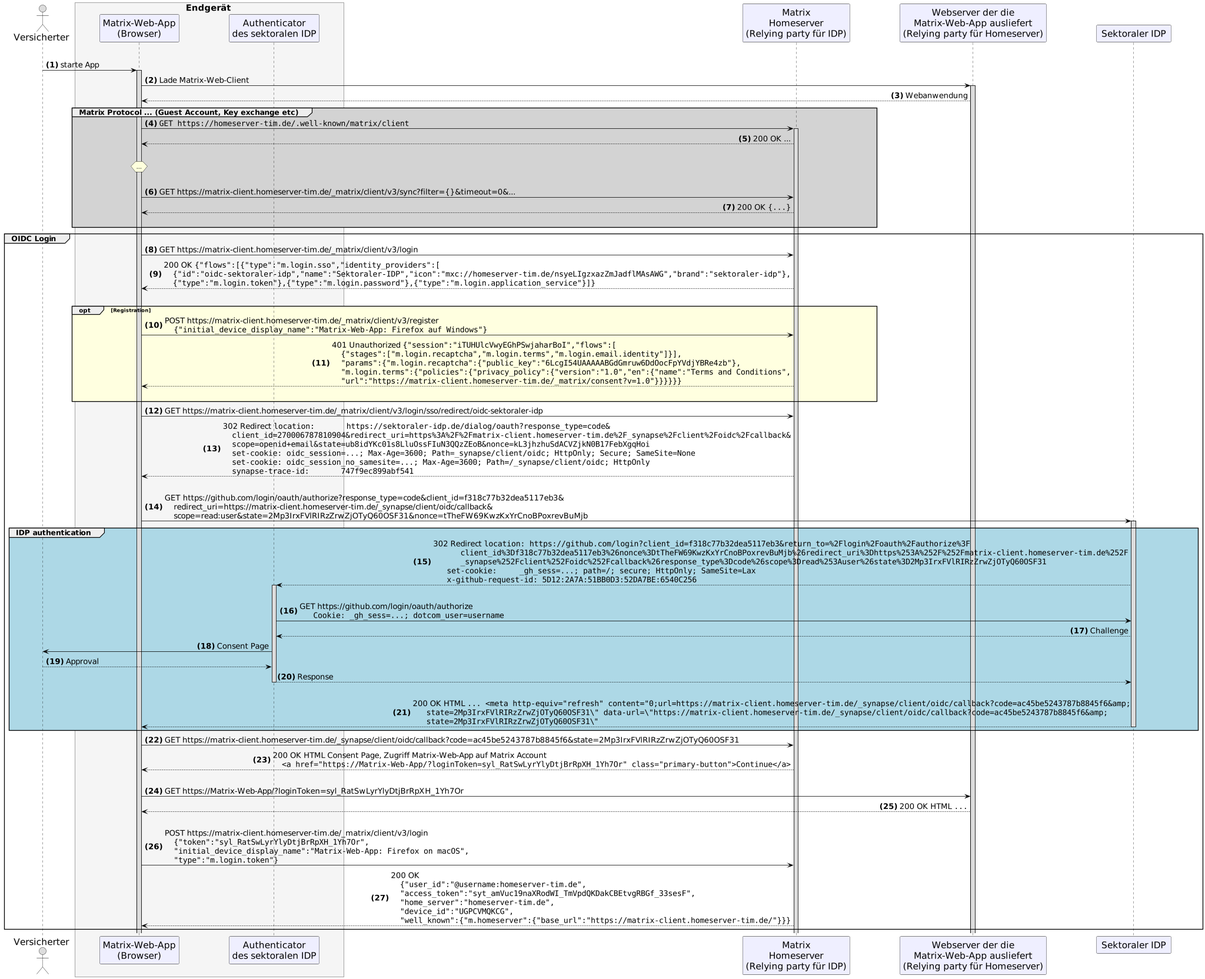
Before: images/diagrams/TI-Messenger-Dienst/Ressourcen/Matrix OIDC Login.png, a diagram exported from PlantUML (gematik/api-ti-messenger).
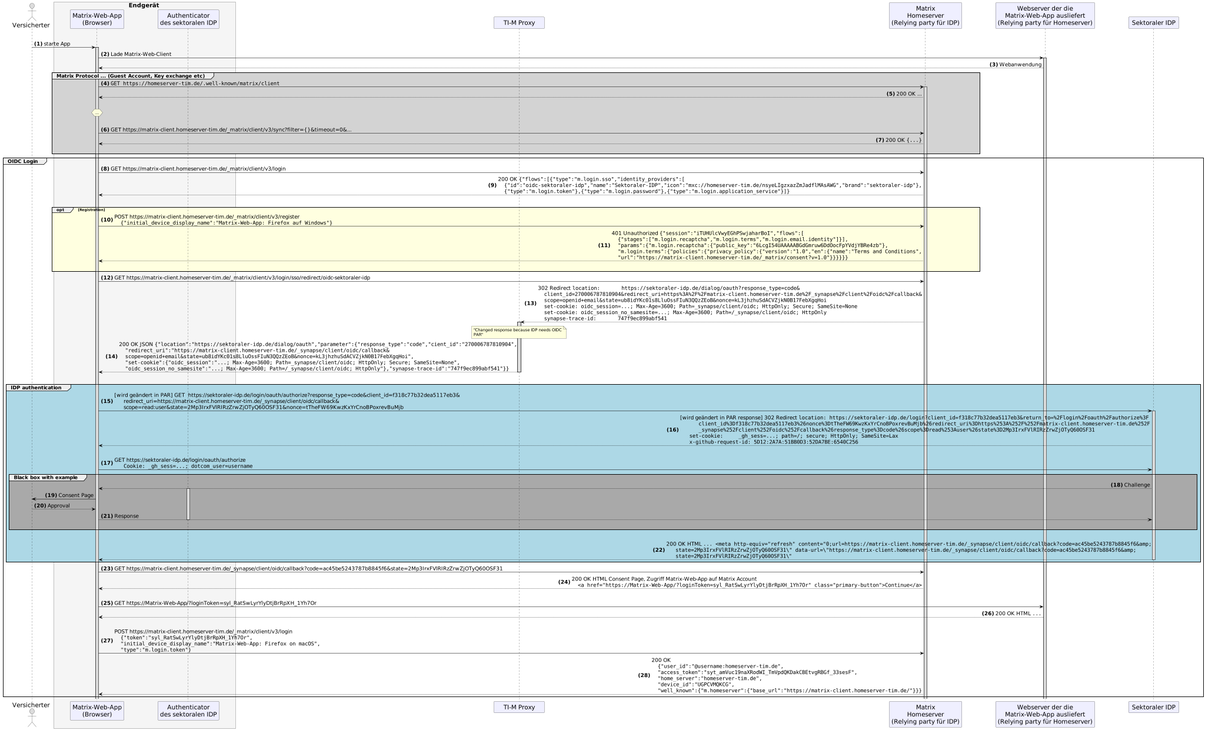
After the commit.

Commit message:
Commit from GitHub Actions (GeneratePlantumlImages)

The edit, as a diff of the source:
```diff
@@ -33,6 +33,7 @@
   participant app as "Matrix-Web-App\n(Browser)"
   participant au as "Authenticator\ndes sektoralen IDP"
   end box
+participant pr as "TI-M Proxy"
 participant hs as "Matrix\nHomeserver\n(Relying party für IDP)"
 participant mc as "Webserver der die\nMatrix-Web-App ausliefert\n(Relying party für Homeserver)"
 participant idp as "Sektoraler IDP"
@@ -66,21 +67,28 @@
     |||
     end 'opt
     app -> hs: GET https://matrix-client.homeserver-tim.de/_matrix/client/v3/login/sso/redirect/oidc-sektoraler-idp
-    hs --> app: 302 Redirect ""location:	https://sektoraler-idp.de/dialog/oauth?response_type=code&""\n    ""client_id=270006787810904&redirect_uri=https%3A%2F%2Fmatrix-client.homeserver-tim.de%2F_synapse%2Fclient%2Foidc%2Fcallback&""\n    ""scope=openid+email&state=ub8idYKc01s8LluOssFIuN3QQzZEoB&nonce=kL3jhzhuSdACVZjkN0B17FebXgqHoi""\n    ""set-cookie: oidc_session=...; Max-Age=3600; Path=_synapse/client/oidc; HttpOnly; Secure; SameSite=None""\n    ""set-cookie: oidc_session_no_samesite=...; Max-Age=3600; Path=/_synapse/client/oidc; HttpOnly""\n    ""synapse-trace-id:	747f9ec899abf541""
+    hs --> pr: 302 Redirect ""location:	https://sektoraler-idp.de/dialog/oauth?response_type=code&""\n    ""client_id=270006787810904&redirect_uri=https%3A%2F%2Fmatrix-client.homeserver-tim.de%2F_synapse%2Fclient%2Foidc%2Fcallback&""\n    ""scope=openid+email&state=ub8idYKc01s8LluOssFIuN3QQzZEoB&nonce=kL3jhzhuSdACVZjkN0B17FebXgqHoi""\n    ""set-cookie: oidc_session=...; Max-Age=3600; Path=_synapse/client/oidc; HttpOnly; Secure; SameSite=None""\n    ""set-cookie: oidc_session_no_samesite=...; Max-Age=3600; Path=/_synapse/client/oidc; HttpOnly""\n    ""synapse-trace-id:	747f9ec899abf541""
+    activate pr
+    note over pr: "Changed response because IDP needs OIDC PAR"
+    pr --> app: 200 OK JSON ""{"location":"https://sektoraler-idp.de/dialog/oauth","parameter":{"response_type":"code","cient_id":"270006787810904",""\n    """redirect_uri":"https://matrix-client.homeserver-tim.de/_synapse/client/oidc/callback&""\n    ""scope=openid+email&state=ub8idYKc01s8LluOssFIuN3QQzZEoB&nonce=kL3jhzhuSdACVZjkN0B17FebXgqHoi",""\n    """set-cookie":{"oidc_session":"...; Max-Age=3600; Path=_synapse/client/oidc; HttpOnly; Secure; SameSite=None",""\n    """oidc_session_no_samesite":"...; Max-Age=3600; Path=/_synapse/client/oidc; HttpOnly"},"synapse-trace-id":"747f9ec899abf541"}}""
+    deactivate pr
     |||
-    app -> idp: GET	https://github.com/login/oauth/authorize?response_type=code&client_id=f318c77b32dea5117eb3&\n    redirect_uri=https://matrix-client.homeserver-tim.de/_synapse/client/oidc/callback&\n    scope=read:user&state=2Mp3IrxFVlRIRzZrwZjOTyQ60OSF31&nonce=tTheFW69KwzKxYrCnoBPoxrevBuMjb
-    activate idp
     group #LightBlue <size:16>IDP authentication</size>
-      idp --> au: 302 Redirect ""location: https://github.com/login?client_id=f318c77b32dea5117eb3&return_to=%2Flogin%2Foauth%2Fauthorize%3F""\n	    ""client_id%3Df318c77b32dea5117eb3%26nonce%3DtTheFW69KwzKxYrCnoBPoxrevBuMjb%26redirect_uri%3Dhttps%253A%252F%252Fmatrix-client.homeserver-tim.de%252F""\n	    ""_synapse%252Fclient%252Foidc%252Fcallback%26response_type%3Dcode%26scope%3Dread%253Auser%26state%3D2Mp3IrxFVlRIRzZrwZjOTyQ60OSF31""\n      ""set-cookie:	_gh_sess=...; path=/; secure; HttpOnly; SameSite=Lax""\n      ""x-github-request-id: 5D12:2A7A:51BB0D3:52DA7BE:6540C256""
-      activate au
+      app -> idp: [wird geändert in PAR] GET	https://sektoraler-idp.de/login/oauth/authorize?response_type=code&client_id=f318c77b32dea5117eb3&\n      redirect_uri=https://matrix-client.homeserver-tim.de/_synapse/client/oidc/callback&\n      scope=read:user&state=2Mp3IrxFVlRIRzZrwZjOTyQ60OSF31&nonce=tTheFW69KwzKxYrCnoBPoxrevBuMjb
+      activate idp
+      idp --> app: [wird geändert in PAR response] 302 Redirect ""location: https://sektoraler-idp.de/login?client_id=f318c77b32dea5117eb3&return_to=%2Flogin%2Foauth%2Fauthorize%3F""\n	    ""client_id%3Df318c77b32dea5117eb3%26nonce%3DtTheFW69KwzKxYrCnoBPoxrevBuMjb%26redirect_uri%3Dhttps%253A%252F%252Fmatrix-client.homeserver-tim.de%252F""\n	    ""_synapse%252Fclient%252Foidc%252Fcallback%26response_type%3Dcode%26scope%3Dread%253Auser%26state%3D2Mp3IrxFVlRIRzZrwZjOTyQ60OSF31""\n      ""set-cookie:	_gh_sess=...; path=/; secure; HttpOnly; SameSite=Lax""\n      ""x-github-request-id: 5D12:2A7A:51BB0D3:52DA7BE:6540C256""
       |||
-      au -> idp: GET https://github.com/login/oauth/authorize\n      ""Cookie: _gh_sess=...; dotcom_user=username""
-      idp --> au: Challenge
-      au -> us: Consent Page
-      us --> au: Approval
-      au --> idp: Response
+      app -> idp: GET https://sektoraler-idp.de/login/oauth/authorize\n      ""Cookie: _gh_sess=...; dotcom_user=username""
+      group #DarkGray <size:16>Black box with example</size>
+        idp --> app: Challenge
+        activate au
+        app -> us: Consent Page
+        us --> app: Approval
+        app --> idp: Response
+      deactivate au
       |||
-      deactivate au
+      end ' group
+      |||
       idp --> app: 200 OK HTML ""... <meta http-equiv="refresh" content="0;url=https://matrix-client.homeserver-tim.de/_synapse/client/oidc/callback?code=ac45be5243787b8845f6&amp;""\n      ""state=2Mp3IrxFVlRIRzZrwZjOTyQ60OSF31\" data-url=\"https://matrix-client.homeserver-tim.de/_synapse/client/oidc/callback?code=ac45be5243787b8845f6&amp;""\n      ""state=2Mp3IrxFVlRIRzZrwZjOTyQ60OSF31\"""
       deactivate idp
     end 'group
```
